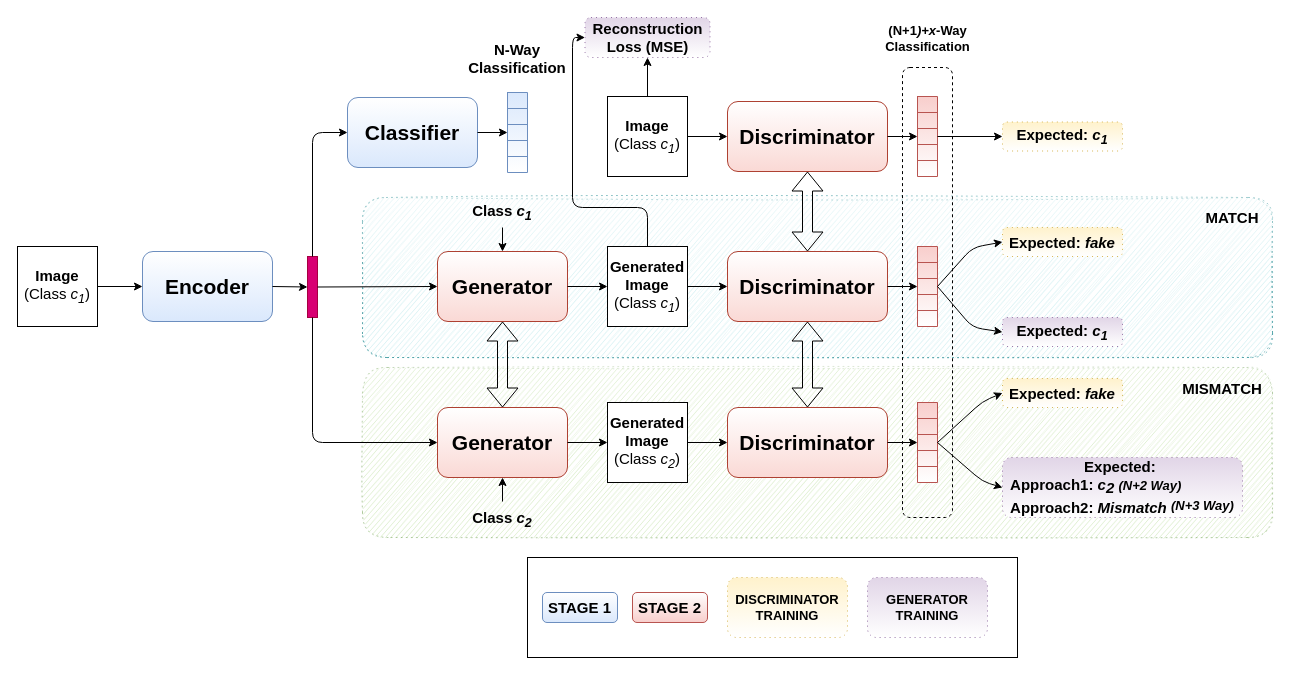
Above: draw/cGAN-OSR.drawio in pranavbudhwant/cGAN-OSR (draw.io), before the change. Source tidied: cells renumbered, new cells numbered last; positions are measured from the earlier drawing's top-left corner, leaving out a move shared by most shapes. Both pictures are drawn from the tidied source at 100%, with x=0, y=0 at pixel (17, 17).
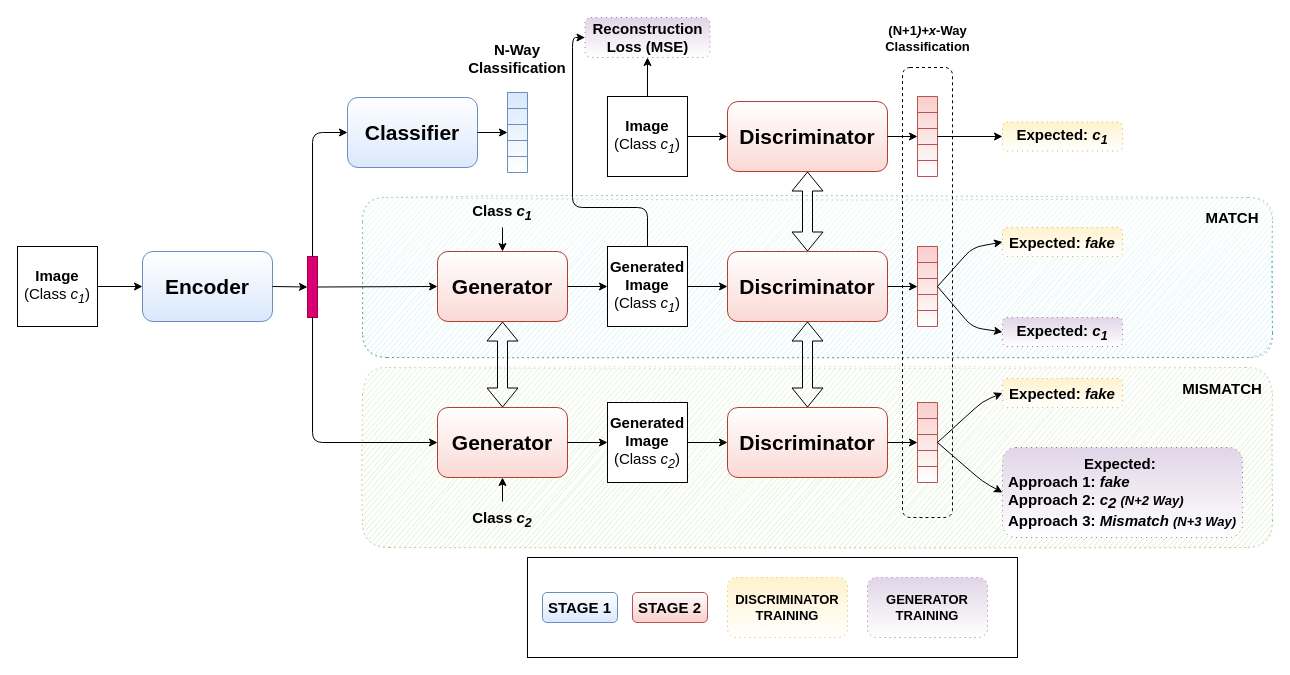
Above is the later version.

Commit message (it also covers changes not shown here):
Updated cGAN-OSR figure

What changed in the source:
```diff
@@
     <mxCell id="3" style="rounded=1;whiteSpace=wrap;html=1;glass=1;dashed=1;dashPattern=1 4;opacity=20;sketch=1;fillColor=#60a917;strokeColor=#2D7600;fontColor=#ffffff;" parent="1" vertex="1">
-      <mxGeometry x="345" y="350" width="910" height="170" as="geometry" />
+      <mxGeometry x="345" y="350" width="910" height="180" as="geometry" />
     </mxCell>
@@
-    <mxCell id="101" value="&lt;div&gt;&lt;span style=&quot;font-size: 15px&quot;&gt;&lt;b&gt;Expected:&amp;nbsp;&lt;/b&gt;&lt;/span&gt;&lt;/div&gt;&lt;font&gt;&lt;b&gt;&lt;div style=&quot;text-align: left&quot;&gt;&lt;span style=&quot;font-size: 15px&quot;&gt;Approach1:&amp;nbsp;&lt;/span&gt;&lt;span style=&quot;font-style: italic ; font-size: 15px&quot;&gt;c&lt;/span&gt;&lt;span style=&quot;vertical-align: sub ; font-style: italic ; font-size: 15px&quot;&gt;2&amp;nbsp;&lt;/span&gt;&lt;span style=&quot;font-style: italic&quot;&gt;&lt;font style=&quot;font-size: 13px&quot;&gt;(N+2 Way)&lt;/font&gt;&lt;/span&gt;&lt;/div&gt;&lt;sub&gt;&lt;div style=&quot;text-align: left&quot;&gt;&lt;span style=&quot;font-size: 15px ; vertical-align: sub&quot;&gt;Approach2:&amp;nbsp;&lt;/span&gt;&lt;i style=&quot;font-size: 15px ; vertical-align: sub&quot;&gt;Mismatch&amp;nbsp;&lt;/i&gt;&lt;span style=&quot;font-size: 13px ; font-style: italic&quot;&gt;(N+3 Way)&lt;/span&gt;&lt;/div&gt;&lt;/sub&gt;&lt;/b&gt;&lt;/font&gt;" style="rounded=1;whiteSpace=wrap;html=1;dashed=1;dashPattern=1 4;fillColor=#e1d5e7;strokeColor=#9673a6;gradientColor=#ffffff;" parent="1" vertex="1">
-      <mxGeometry x="985" y="440" width="240" height="60" as="geometry" />
+    <mxCell id="101" value="&lt;p style=&quot;line-height: 100%&quot;&gt;&lt;/p&gt;&lt;div&gt;&lt;span style=&quot;font-size: 15px&quot;&gt;&lt;b&gt;Expected:&amp;nbsp;&lt;/b&gt;&lt;/span&gt;&lt;/div&gt;&lt;div style=&quot;text-align: left&quot;&gt;&lt;span style=&quot;font-size: 15px&quot;&gt;&lt;b&gt;Approach 1: &lt;i&gt;fake&lt;/i&gt;&lt;/b&gt;&lt;/span&gt;&lt;/div&gt;&lt;font&gt;&lt;b&gt;&lt;div style=&quot;text-align: left&quot;&gt;&lt;span style=&quot;font-size: 15px&quot;&gt;Approach 2:&amp;nbsp;&lt;/span&gt;&lt;span style=&quot;font-style: italic ; font-size: 15px&quot;&gt;c&lt;/span&gt;&lt;span style=&quot;vertical-align: sub ; font-style: italic ; font-size: 15px&quot;&gt;2&amp;nbsp;&lt;/span&gt;&lt;span style=&quot;font-style: italic&quot;&gt;&lt;font style=&quot;font-size: 13px&quot;&gt;(N+2 Way)&lt;/font&gt;&lt;/span&gt;&lt;/div&gt;&lt;div style=&quot;text-align: left&quot;&gt;&lt;span style=&quot;font-size: 15px&quot;&gt;Approach 3:&amp;nbsp;&lt;/span&gt;&lt;i style=&quot;font-size: 15px&quot;&gt;Mismatch&amp;nbsp;&lt;/i&gt;&lt;span style=&quot;font-size: 13px ; font-style: italic&quot;&gt;(N+3 Way)&lt;/span&gt;&lt;/div&gt;&lt;/b&gt;&lt;/font&gt;&lt;p&gt;&lt;/p&gt;" style="rounded=1;whiteSpace=wrap;html=1;dashed=1;dashPattern=1 4;fillColor=#e1d5e7;strokeColor=#9673a6;gradientColor=#ffffff;" parent="1" vertex="1">
+      <mxGeometry x="985" y="430" width="240" height="90" as="geometry" />
     </mxCell>
```
